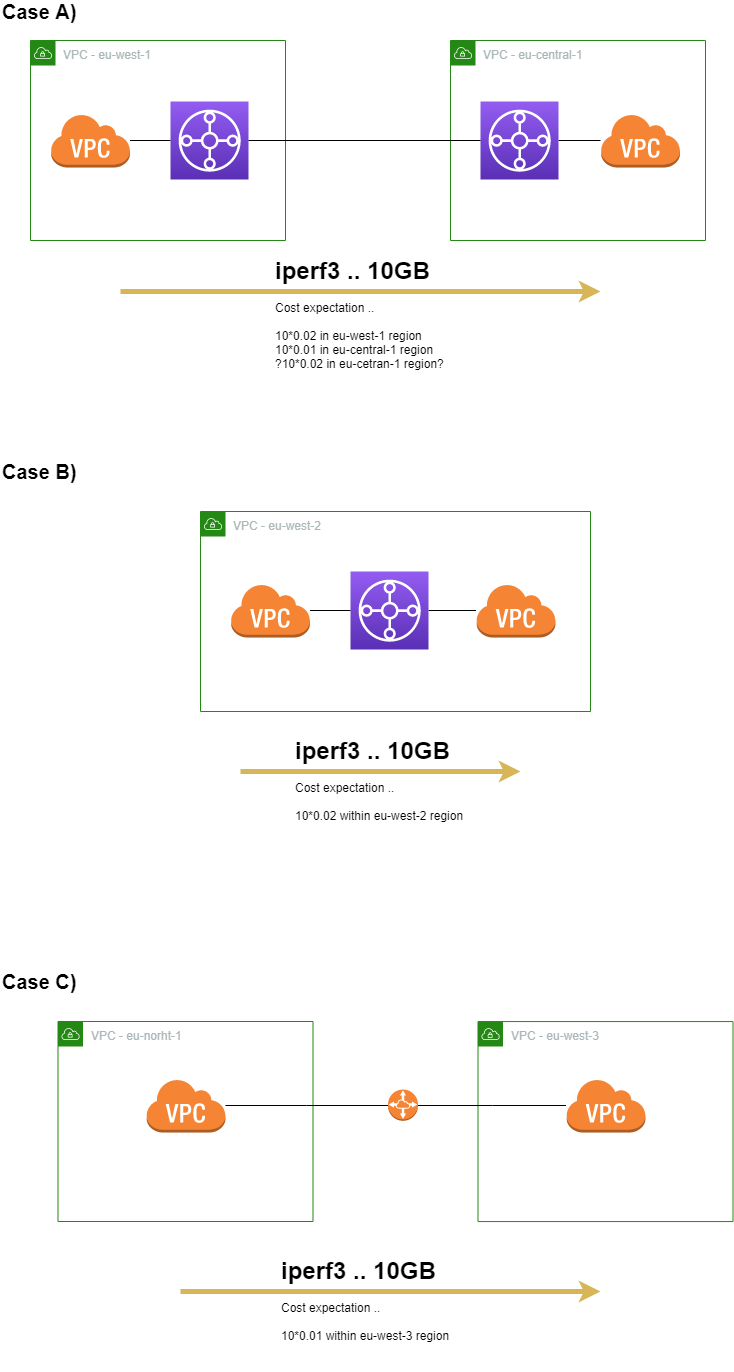
Earlier version of the draw.io export files/tgw-inter-region-peering-example-Page-3.png (lejmr/docs-transit-network-in-a-cloud). Source tidied: cells renumbered, new cells last; positions are measured from the earlier drawing's top-left corner, leaving out a move shared by most shapes.
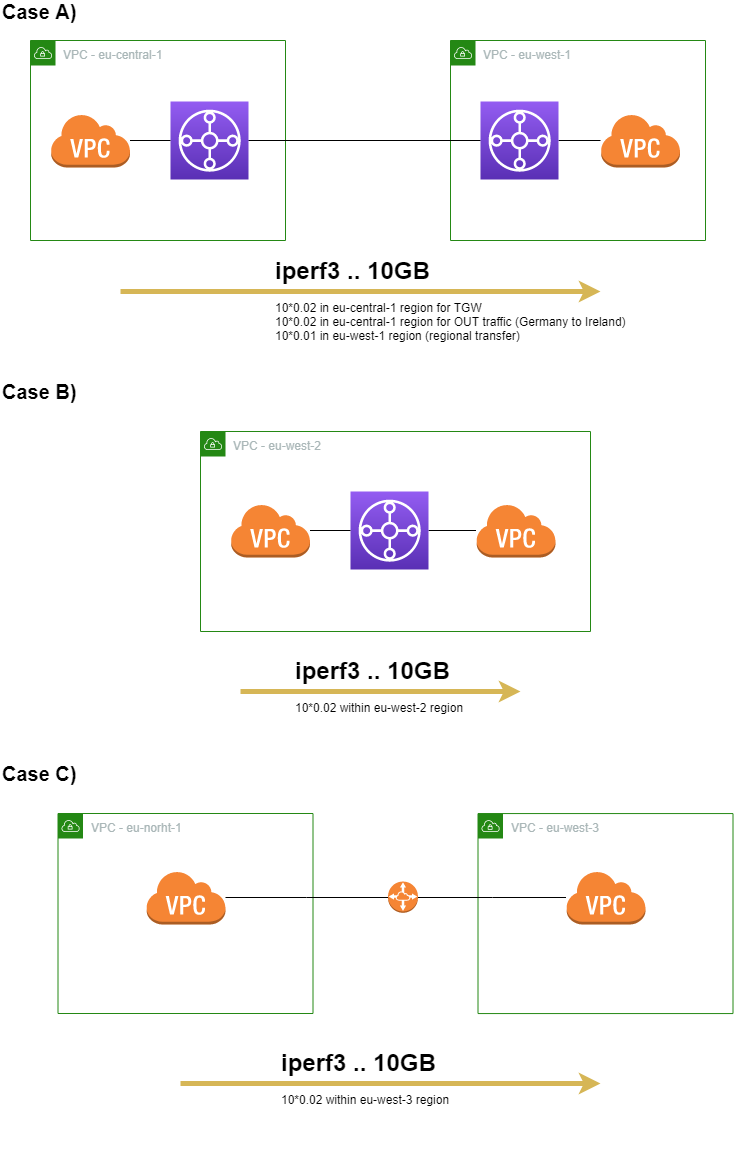
Above is the later version.

Diff of the diagram source:
```diff
@@ -2,23 +2,23 @@
   <root>
     <mxCell id="0" />
     <mxCell id="1" value="regions" parent="0" />
-    <mxCell id="2" value="VPC - eu-west-1&lt;br&gt;" style="gradientColor=none;html=1;whiteSpace=wrap;fontSize=12;fontStyle=0;shape=mxgraph.aws4.group;grIcon=mxgraph.aws4.group_vpc;strokeColor=#248814;fillColor=none;verticalAlign=top;align=left;spacingLeft=30;fontColor=#AAB7B8;dashed=0;" parent="1" vertex="1">
+    <mxCell id="2" value="VPC - eu-central-1" style="gradientColor=none;html=1;whiteSpace=wrap;fontSize=12;fontStyle=0;shape=mxgraph.aws4.group;grIcon=mxgraph.aws4.group_vpc;strokeColor=#248814;fillColor=none;verticalAlign=top;align=left;spacingLeft=30;fontColor=#AAB7B8;dashed=0;" parent="1" vertex="1">
       <mxGeometry x="30" y="39" width="255" height="200" as="geometry" />
     </mxCell>
-    <mxCell id="3" value="VPC - eu-central-1" style="gradientColor=none;html=1;whiteSpace=wrap;fontSize=12;fontStyle=0;shape=mxgraph.aws4.group;grIcon=mxgraph.aws4.group_vpc;strokeColor=#248814;fillColor=none;verticalAlign=top;align=left;spacingLeft=30;fontColor=#AAB7B8;dashed=0;" parent="1" vertex="1">
+    <mxCell id="3" value="VPC - eu-west-1" style="gradientColor=none;html=1;whiteSpace=wrap;fontSize=12;fontStyle=0;shape=mxgraph.aws4.group;grIcon=mxgraph.aws4.group_vpc;strokeColor=#248814;fillColor=none;verticalAlign=top;align=left;spacingLeft=30;fontColor=#AAB7B8;dashed=0;" parent="1" vertex="1">
       <mxGeometry x="450" y="39" width="255" height="200" as="geometry" />
     </mxCell>
     <mxCell id="4" value="VPC - eu-west-3" style="gradientColor=none;html=1;whiteSpace=wrap;fontSize=12;fontStyle=0;shape=mxgraph.aws4.group;grIcon=mxgraph.aws4.group_vpc;strokeColor=#248814;fillColor=none;verticalAlign=top;align=left;spacingLeft=30;fontColor=#AAB7B8;dashed=0;" parent="1" vertex="1">
-      <mxGeometry x="477.5" y="1020.1" width="255" height="200" as="geometry" />
+      <mxGeometry x="477.5" y="812.1" width="255" height="200" as="geometry" />
     </mxCell>
     <mxCell id="5" value="VPC - eu-norht-1" style="gradientColor=none;html=1;whiteSpace=wrap;fontSize=12;fontStyle=0;shape=mxgraph.aws4.group;grIcon=mxgraph.aws4.group_vpc;strokeColor=#248814;fillColor=none;verticalAlign=top;align=left;spacingLeft=30;fontColor=#AAB7B8;dashed=0;" parent="1" vertex="1">
-      <mxGeometry x="57.5" y="1020" width="255" height="200" as="geometry" />
+      <mxGeometry x="57.5" y="812" width="255" height="200" as="geometry" />
     </mxCell>
     <mxCell id="6" style="edgeStyle=orthogonalEdgeStyle;rounded=0;jettySize=auto;html=1;endArrow=none;endFill=0;" parent="1" edge="1" source="10" target="12">
       <mxGeometry relative="1" as="geometry" />
     </mxCell>
     <mxCell id="7" value="VPC - eu-west-2" style="gradientColor=none;html=1;whiteSpace=wrap;fontSize=12;fontStyle=0;shape=mxgraph.aws4.group;grIcon=mxgraph.aws4.group_vpc;strokeColor=#248814;fillColor=none;verticalAlign=top;align=left;spacingLeft=30;fontColor=#AAB7B8;dashed=0;" parent="1" vertex="1">
-      <mxGeometry x="200" y="510" width="390" height="200" as="geometry" />
+      <mxGeometry x="200" y="430" width="390" height="200" as="geometry" />
     </mxCell>
     <mxCell id="8" value="network" parent="0" />
     <mxCell id="9" style="edgeStyle=orthogonalEdgeStyle;rounded=0;jettySize=auto;html=1;endArrow=none;endFill=0;" parent="8" edge="1" source="10" target="12">
@@ -43,16 +43,16 @@
       <mxGeometry x="600" y="112" width="79.5" height="54" as="geometry" />
     </mxCell>
     <mxCell id="16" style="outlineConnect=0;dashed=0;verticalLabelPosition=bottom;verticalAlign=top;align=center;html=1;shape=mxgraph.aws3.virtual_private_cloud;fillColor=#F58534;gradientColor=none;" parent="8" vertex="1">
-      <mxGeometry x="565.5" y="1077" width="79.5" height="54" as="geometry" />
+      <mxGeometry x="565.5" y="869" width="79.5" height="54" as="geometry" />
     </mxCell>
     <mxCell id="17" style="edgeStyle=orthogonalEdgeStyle;rounded=0;jettySize=auto;html=1;endArrow=none;endFill=0;" parent="8" edge="1" source="19" target="16">
       <mxGeometry relative="1" as="geometry" />
     </mxCell>
     <mxCell id="18" style="outlineConnect=0;dashed=0;verticalLabelPosition=bottom;verticalAlign=top;align=center;html=1;shape=mxgraph.aws3.virtual_private_cloud;fillColor=#F58534;gradientColor=none;" parent="8" vertex="1">
-      <mxGeometry x="145.5" y="1077" width="79.5" height="54" as="geometry" />
+      <mxGeometry x="145.5" y="869" width="79.5" height="54" as="geometry" />
     </mxCell>
     <mxCell id="19" style="outlineConnect=0;dashed=0;verticalLabelPosition=bottom;verticalAlign=top;align=center;html=1;shape=mxgraph.aws3.vpc_peering;fillColor=#F58534;gradientColor=none;" parent="8" vertex="1">
-      <mxGeometry x="387.5" y="1088" width="30" height="31.3" as="geometry" />
+      <mxGeometry x="387.5" y="880" width="30" height="31.3" as="geometry" />
     </mxCell>
     <mxCell id="20" style="edgeStyle=orthogonalEdgeStyle;rounded=0;jettySize=auto;html=1;endArrow=none;endFill=0;" parent="8" edge="1" source="18" target="19">
       <mxGeometry relative="1" as="geometry" />
@@ -63,50 +63,50 @@
         <mxPoint x="600" y="290" as="targetPoint" />
       </mxGeometry>
     </mxCell>
-    <mxCell id="22" value="&lt;h1&gt;iperf3 .. 10GB&lt;/h1&gt;&lt;div&gt;Cost expectation ..&amp;nbsp;&lt;/div&gt;&lt;div&gt;&lt;br&gt;&lt;/div&gt;&lt;div&gt;10*0.02 in eu-west-1 region&lt;/div&gt;&lt;div&gt;10*0.01 in eu-central-1 region&lt;/div&gt;&lt;div&gt;?10*0.02 in eu-cetran-1 region?&lt;/div&gt;&lt;p&gt;&lt;br&gt;&lt;/p&gt;" style="text;html=1;strokeColor=none;fillColor=none;spacing=5;spacingTop=-20;whiteSpace=wrap;overflow=hidden;rounded=0;" parent="8" vertex="1">
-      <mxGeometry x="270" y="250" width="290" height="120" as="geometry" />
+    <mxCell id="22" value="&lt;h1&gt;iperf3 .. 10GB&lt;/h1&gt;&lt;div&gt;&lt;span&gt;10*0.02 in eu-central-1 region for TGW&lt;/span&gt;&lt;br&gt;&lt;/div&gt;&lt;div&gt;10*0.02 in eu-central-1 region for OUT traffic (Germany to Ireland)&lt;/div&gt;&lt;div&gt;10*0.01 in eu-west-1 region (regional transfer)&lt;/div&gt;&lt;p&gt;&lt;br&gt;&lt;/p&gt;" style="text;html=1;strokeColor=none;fillColor=none;spacing=5;spacingTop=-20;whiteSpace=wrap;overflow=hidden;rounded=0;" parent="8" vertex="1">
+      <mxGeometry x="270" y="250" width="430" height="120" as="geometry" />
     </mxCell>
     <mxCell id="23" value="Case A)" style="text;html=1;strokeColor=none;fillColor=none;align=left;verticalAlign=middle;whiteSpace=wrap;rounded=0;fontStyle=1;fontSize=20;" parent="8" vertex="1">
       <mxGeometry width="130" height="20" as="geometry" />
     </mxCell>
     <mxCell id="24" value="Case B)" style="text;html=1;strokeColor=none;fillColor=none;align=left;verticalAlign=middle;whiteSpace=wrap;rounded=0;fontStyle=1;fontSize=20;" parent="8" vertex="1">
-      <mxGeometry y="460" width="130" height="20" as="geometry" />
+      <mxGeometry y="380" width="130" height="20" as="geometry" />
     </mxCell>
     <mxCell id="25" style="edgeStyle=orthogonalEdgeStyle;rounded=0;jettySize=auto;html=1;endArrow=none;endFill=0;strokeWidth=1;fontSize=1;" parent="8" edge="1" source="26" target="29">
       <mxGeometry relative="1" as="geometry" />
     </mxCell>
     <mxCell id="26" style="outlineConnect=0;fontColor=#232F3E;gradientColor=#945DF2;gradientDirection=north;fillColor=#5A30B5;strokeColor=#ffffff;dashed=0;verticalLabelPosition=bottom;verticalAlign=top;align=center;html=1;fontSize=12;fontStyle=0;shape=mxgraph.aws4.resourceIcon;resIcon=mxgraph.aws4.transit_gateway;" parent="8" vertex="1">
-      <mxGeometry x="350" y="570" width="78" height="78" as="geometry" />
+      <mxGeometry x="350" y="490" width="78" height="78" as="geometry" />
     </mxCell>
     <mxCell id="27" style="edgeStyle=orthogonalEdgeStyle;rounded=0;jettySize=auto;html=1;endArrow=none;endFill=0;" parent="8" edge="1" source="28" target="26">
       <mxGeometry relative="1" as="geometry" />
     </mxCell>
     <mxCell id="28" style="outlineConnect=0;dashed=0;verticalLabelPosition=bottom;verticalAlign=top;align=center;html=1;shape=mxgraph.aws3.virtual_private_cloud;fillColor=#F58534;gradientColor=none;" parent="8" vertex="1">
-      <mxGeometry x="230" y="582" width="79.5" height="54" as="geometry" />
+      <mxGeometry x="230" y="502" width="79.5" height="54" as="geometry" />
     </mxCell>
     <mxCell id="29" style="outlineConnect=0;dashed=0;verticalLabelPosition=bottom;verticalAlign=top;align=center;html=1;shape=mxgraph.aws3.virtual_private_cloud;fillColor=#F58534;gradientColor=none;" parent="8" vertex="1">
-      <mxGeometry x="475.5" y="582" width="79.5" height="54" as="geometry" />
+      <mxGeometry x="475.5" y="502" width="79.5" height="54" as="geometry" />
     </mxCell>
     <mxCell id="30" style="endArrow=classic;html=1;strokeWidth=5;fillColor=#fff2cc;strokeColor=#d6b656;" parent="8" edge="1">
       <mxGeometry relative="1" as="geometry">
-        <mxPoint x="240" y="770" as="sourcePoint" />
-        <mxPoint x="520" y="770" as="targetPoint" />
+        <mxPoint x="240" y="690" as="sourcePoint" />
+        <mxPoint x="520" y="690" as="targetPoint" />
       </mxGeometry>
     </mxCell>
-    <mxCell id="31" value="&lt;h1&gt;iperf3 .. 10GB&lt;/h1&gt;&lt;div&gt;Cost expectation ..&amp;nbsp;&lt;/div&gt;&lt;div&gt;&lt;br&gt;&lt;/div&gt;&lt;div&gt;10*0.02 within eu-west-2 region&lt;/div&gt;" style="text;html=1;strokeColor=none;fillColor=none;spacing=5;spacingTop=-20;whiteSpace=wrap;overflow=hidden;rounded=0;" parent="8" vertex="1">
-      <mxGeometry x="290" y="730" width="290" height="120" as="geometry" />
+    <mxCell id="31" value="&lt;h1&gt;iperf3 .. 10GB&lt;/h1&gt;&lt;div&gt;&lt;span&gt;10*0.02 within eu-west-2 region&lt;/span&gt;&lt;br&gt;&lt;/div&gt;" style="text;html=1;strokeColor=none;fillColor=none;spacing=5;spacingTop=-20;whiteSpace=wrap;overflow=hidden;rounded=0;" parent="8" vertex="1">
+      <mxGeometry x="290" y="650" width="290" height="120" as="geometry" />
     </mxCell>
     <mxCell id="32" value="Case C)" style="text;html=1;strokeColor=none;fillColor=none;align=left;verticalAlign=middle;whiteSpace=wrap;rounded=0;fontStyle=1;fontSize=20;" parent="8" vertex="1">
-      <mxGeometry y="970" width="130" height="20" as="geometry" />
+      <mxGeometry y="762" width="130" height="20" as="geometry" />
     </mxCell>
     <mxCell id="33" style="endArrow=classic;html=1;strokeWidth=5;fillColor=#fff2cc;strokeColor=#d6b656;" parent="8" edge="1">
       <mxGeometry relative="1" as="geometry">
-        <mxPoint x="180" y="1290" as="sourcePoint" />
-        <mxPoint x="600" y="1290" as="targetPoint" />
+        <mxPoint x="180" y="1082" as="sourcePoint" />
+        <mxPoint x="600" y="1082" as="targetPoint" />
       </mxGeometry>
     </mxCell>
-    <mxCell id="34" value="&lt;h1&gt;iperf3 .. 10GB&lt;/h1&gt;&lt;div&gt;Cost expectation ..&amp;nbsp;&lt;/div&gt;&lt;div&gt;&lt;br&gt;&lt;/div&gt;&lt;div&gt;10*0.01 within eu-west-3 region&lt;/div&gt;" style="text;html=1;strokeColor=none;fillColor=none;spacing=5;spacingTop=-20;whiteSpace=wrap;overflow=hidden;rounded=0;" parent="8" vertex="1">
-      <mxGeometry x="275.5" y="1250" width="290" height="120" as="geometry" />
+    <mxCell id="34" value="&lt;h1&gt;iperf3 .. 10GB&lt;/h1&gt;&lt;div&gt;&lt;span&gt;10*0.02 within eu-west-3 region&lt;/span&gt;&lt;br&gt;&lt;/div&gt;&lt;div&gt;&lt;span&gt;&lt;br&gt;&lt;/span&gt;&lt;/div&gt;" style="text;html=1;strokeColor=none;fillColor=none;spacing=5;spacingTop=-20;whiteSpace=wrap;overflow=hidden;rounded=0;" parent="8" vertex="1">
+      <mxGeometry x="275.5" y="1042" width="290" height="120" as="geometry" />
     </mxCell>
   </root>
 </mxGraphModel>
```
